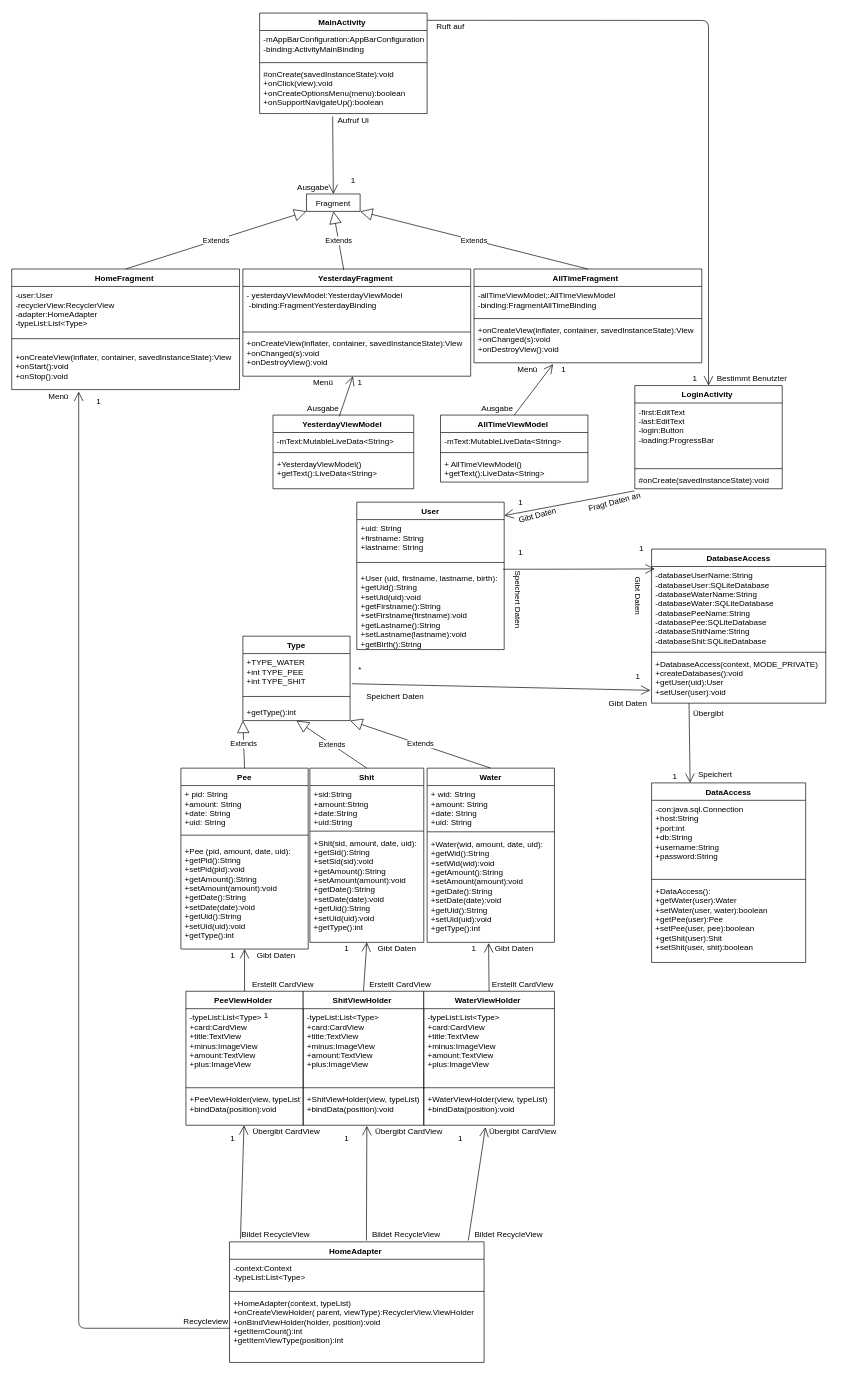
Earlier version of the draw.io diagram Diagramme/Copy of Klassendiagramm.drawio (olisonsturm/LifestyleTracker). Source tidied: cells renumbered, new cells numbered last; positions are measured from the earlier drawing's top-left corner, leaving out a move shared by most shapes. Both pictures are drawn from the tidied source at 67%, with x=0, y=0 at pixel (11, 13).
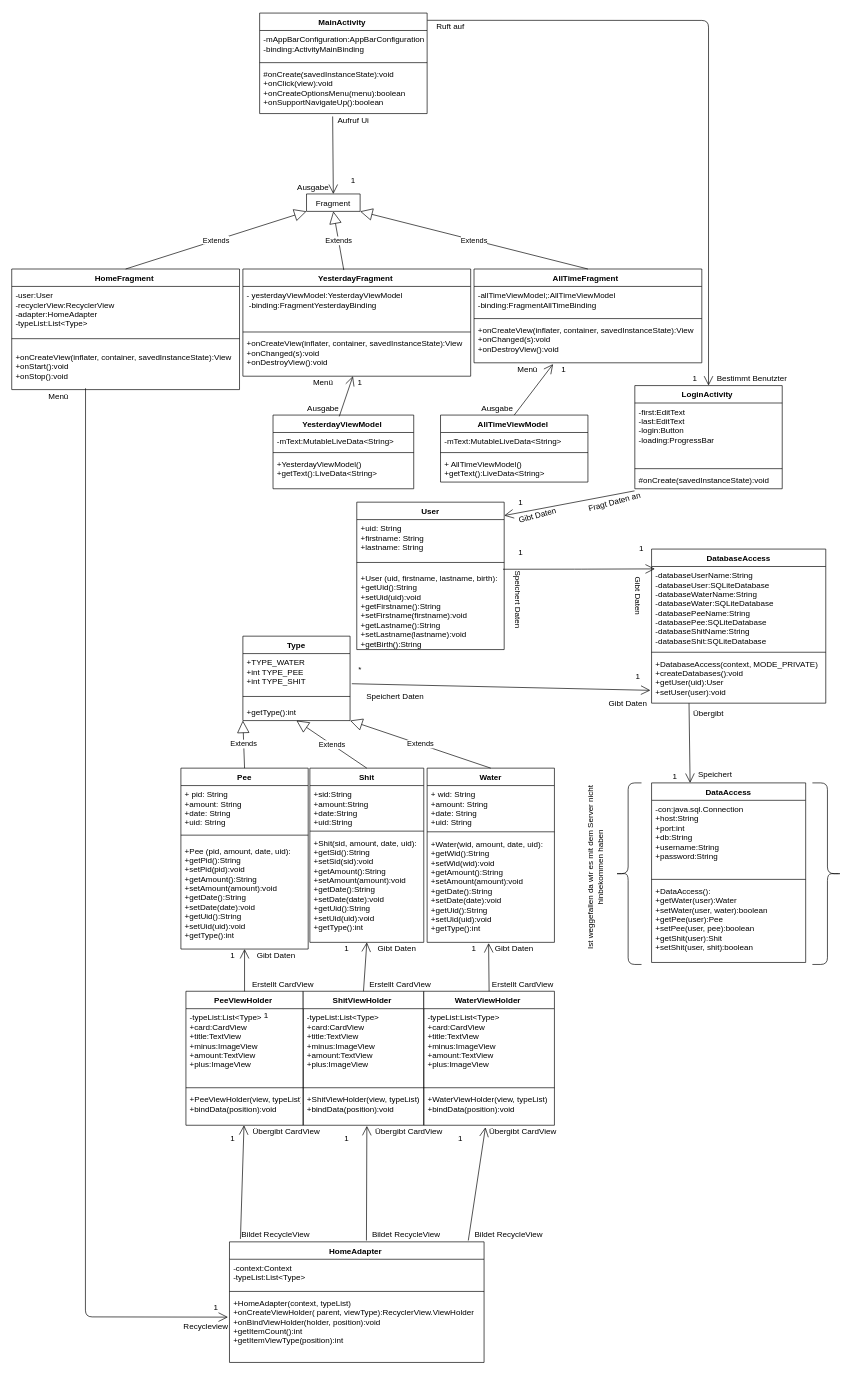
The same page after the edit.

Unchanged cells that the change refers to:
```xml
<mxCell id="21" value="+HomeAdapter(context, typeList)&#10;+onCreateViewHolder( parent, viewType):RecyclerView.ViewHolder&#10;+onBindViewHolder(holder, position):void&#10;+getItemCount():int&#10;+getItemViewType(position):int" style="text;strokeColor=none;fillColor=none;align=left;verticalAlign=top;spacingLeft=4;spacingRight=4;overflow=hidden;points=[[0,0.5],[1,0.5]];portConstraint=eastwest;" parent="18" vertex="1">
  <mxGeometry y="78" width="380" height="102" as="geometry" />
</mxCell>
<mxCell id="49" value="+onCreateView(inflater, container, savedInstanceState):View&#10;+onStart():void&#10;+onStop():void" style="text;strokeColor=none;fillColor=none;align=left;verticalAlign=top;spacingLeft=4;spacingRight=4;overflow=hidden;points=[[0,0.5],[1,0.5]];portConstraint=eastwest;" parent="46" vertex="1">
  <mxGeometry y="118" width="340" height="62" as="geometry" />
</mxCell>
```

Change to the diagram source:
```diff
@@
-    <mxCell id="79" value="1" style="text;html=1;strokeColor=none;fillColor=none;align=center;verticalAlign=middle;whiteSpace=wrap;rounded=0;" parent="1" vertex="1">
-      <mxGeometry x="110" y="570" width="40" height="20" as="geometry" />
-    </mxCell>
@@
-    <mxCell id="96" style="endArrow=open;endFill=1;endSize=12;html=1;exitX=0;exitY=0.5;exitDx=0;exitDy=0;entryX=0.294;entryY=1.048;entryDx=0;entryDy=0;entryPerimeter=0;" parent="1" edge="1" source="21" target="49">
-      <mxGeometry relative="1" as="geometry">
-        <Array as="points">
-          <mxPoint x="100" y="1963" />
-        </Array>
-      </mxGeometry>
-    </mxCell>
@@
     <mxCell id="127" value="Recycleview" style="text;html=1;strokeColor=none;fillColor=none;align=center;verticalAlign=middle;whiteSpace=wrap;rounded=0;" parent="1" vertex="1">
-      <mxGeometry x="270" y="1943" width="40" height="20" as="geometry" />
+      <mxGeometry x="270" y="1950" width="40" height="20" as="geometry" />
     </mxCell>
@@
+    <mxCell id="144" style="shape=curlyBracket;whiteSpace=wrap;html=1;rounded=1;" parent="1" vertex="1">
+      <mxGeometry x="900" y="1149" width="40" height="271" as="geometry" />
+    </mxCell>
+    <mxCell id="145" style="shape=curlyBracket;whiteSpace=wrap;html=1;rounded=1;flipH=1;" parent="1" vertex="1">
+      <mxGeometry x="1195" y="1149" width="45" height="271" as="geometry" />
+    </mxCell>
+    <mxCell id="146" value="Ist weggefallen da wir es mit dem Server nicht hinbekommen haben" style="text;html=1;strokeColor=none;fillColor=none;align=center;verticalAlign=middle;whiteSpace=wrap;rounded=0;rotation=-90;" parent="1" vertex="1">
+      <mxGeometry x="723" y="1240" width="297" height="70" as="geometry" />
+    </mxCell>
+    <mxCell id="147" style="endArrow=open;endFill=1;endSize=12;html=1;exitX=0.324;exitY=0.968;exitDx=0;exitDy=0;exitPerimeter=0;entryX=-0.006;entryY=0.337;entryDx=0;entryDy=0;entryPerimeter=0;" parent="1" edge="1" source="49" target="21">
+      <mxGeometry relative="1" as="geometry">
+        <Array as="points">
+          <mxPoint x="110" y="1946" />
+        </Array>
+      </mxGeometry>
+    </mxCell>
+    <mxCell id="79" value="1" style="text;html=1;strokeColor=none;fillColor=none;align=center;verticalAlign=middle;whiteSpace=wrap;rounded=0;" parent="1" vertex="1">
+      <mxGeometry x="285" y="1914" width="40" height="36" as="geometry" />
+    </mxCell>
```
